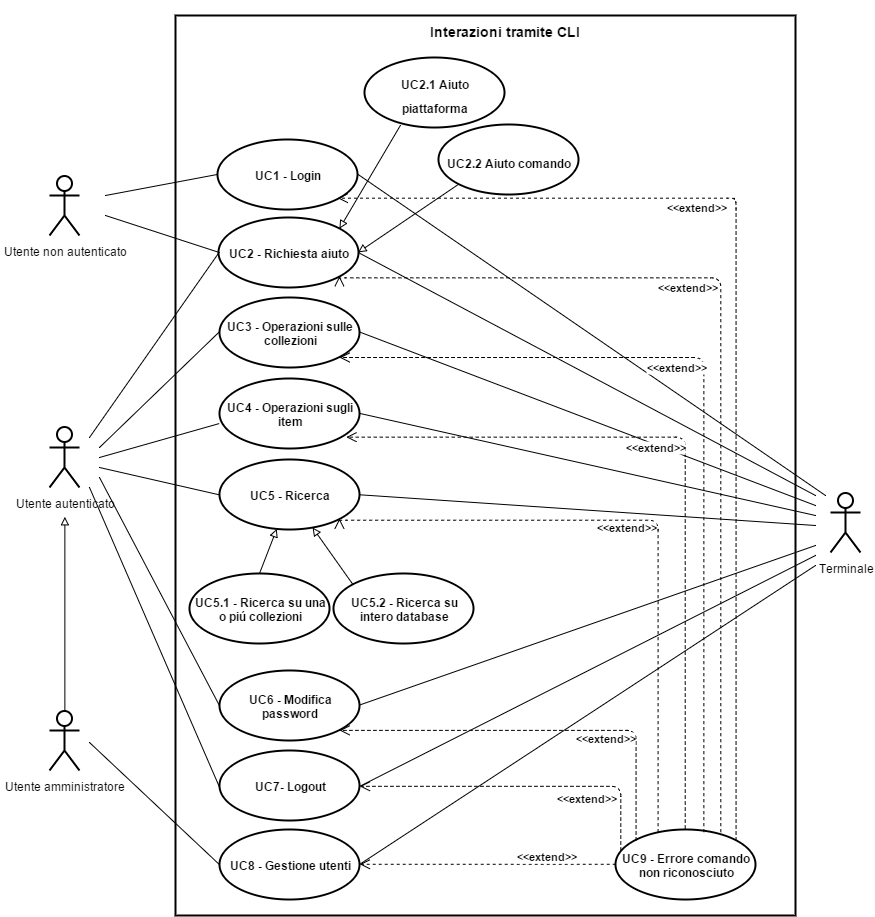
This is img/UseCases/CLI-Generale.png from ScalateKids/Actorbase-Documents, a draw.io export, as it was before one commit. Source tidied: cells renumbered, new cells last; positions are measured from the earlier drawing's top-left corner, leaving out a move shared by most shapes.
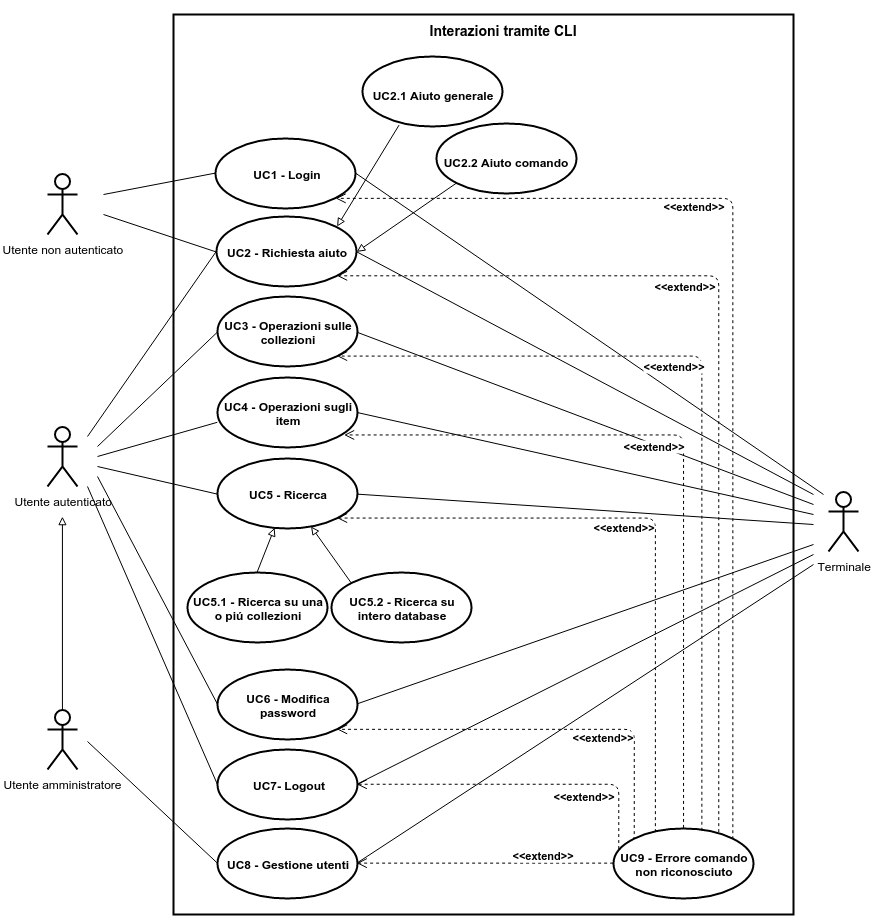
The same diagram one commit later.

Change to the diagram source:
```diff
@@ -29,7 +29,7 @@
     </mxCell>
     <mxCell id="9" style="edgeStyle=orthogonalEdgeStyle;rounded=0;html=1;jettySize=auto;endArrow=block;endFill=0;" parent="1" edge="1" source="3">
       <mxGeometry x="1159" y="222" as="geometry">
-        <mxPoint x="15.4" y="514.3" as="targetPoint" />
+        <mxPoint x="14.9" y="515.2" as="targetPoint" />
         <Array as="points">
           <mxPoint x="15" y="515" />
         </Array>
@@ -126,7 +126,7 @@
       <mxGeometry x="168" y="137" width="140" height="70" as="geometry" />
     </mxCell>
     <mxCell id="32" style="endArrow=none;html=1;strokeWidth=1;fillColor=#000000;entryX=0;entryY=0.5;" parent="1" edge="1" target="31">
-      <mxGeometry x="1200" y="-121.1" as="geometry">
+      <mxGeometry x="1200" y="-121.5" as="geometry">
         <mxPoint x="56" y="193" as="sourcePoint" />
       </mxGeometry>
     </mxCell>
@@ -136,18 +136,18 @@
       </mxGeometry>
     </mxCell>
     <mxCell id="34" style="endArrow=none;html=1;strokeWidth=1;fillColor=#000000;exitX=1;exitY=0.5;" parent="1" edge="1" source="31">
-      <mxGeometry x="1452.6" y="-121.1" as="geometry">
+      <mxGeometry x="1451.9" y="-121.5" as="geometry">
         <mxPoint x="776" y="493" as="targetPoint" />
       </mxGeometry>
     </mxCell>
-    <mxCell id="35" value="&lt;font style=&quot;font-size: 12px&quot;&gt;&lt;b&gt;UC2.1 Aiuto piattaforma&lt;/b&gt;&lt;/font&gt;" style="ellipse;whiteSpace=wrap;html=1;strokeWidth=2;fontSize=20;" parent="1" vertex="1">
+    <mxCell id="35" value="&lt;font style=&quot;font-size: 12px&quot;&gt;&lt;b&gt;UC2.1 Aiuto generale&lt;/b&gt;&lt;/font&gt;" style="ellipse;whiteSpace=wrap;html=1;strokeWidth=2;fontSize=20;" parent="1" vertex="1">
       <mxGeometry x="315" y="55" width="140" height="70" as="geometry" />
     </mxCell>
     <mxCell id="36" value="&lt;font style=&quot;font-size: 12px&quot;&gt;&lt;b&gt;UC2.2 Aiuto comando&lt;/b&gt;&lt;/font&gt;" style="ellipse;whiteSpace=wrap;html=1;strokeWidth=2;fontSize=20;" parent="1" vertex="1">
       <mxGeometry x="389" y="122" width="140" height="70" as="geometry" />
     </mxCell>
     <mxCell id="37" style="endArrow=block;html=1;strokeWidth=1;fillColor=#000000;fontSize=20;entryX=1;entryY=0;exitX=0.257;exitY=0.976;exitPerimeter=0;endFill=0;" parent="1" edge="1" source="35" target="5">
-      <mxGeometry x="1433.9" y="-170.2" as="geometry" />
+      <mxGeometry x="1433.6" y="-169.4" as="geometry" />
     </mxCell>
     <mxCell id="38" style="endArrow=block;html=1;strokeWidth=1;fillColor=#000000;fontSize=20;entryX=1;entryY=0.5;exitX=0;exitY=1;endFill=0;" parent="1" edge="1" source="36" target="5">
       <mxGeometry x="1465.5" y="-123.1" as="geometry" />
@@ -168,13 +168,13 @@
       <mxGeometry x="386" width="138" height="56" as="geometry" />
     </mxCell>
     <mxCell id="44" style="edgeStyle=orthogonalEdgeStyle;rounded=0;html=1;exitX=0.5;exitY=0.5;exitPerimeter=0;entryX=0.5;entryY=0.5;entryPerimeter=0;jettySize=auto;orthogonalLoop=1;" parent="1" edge="1" source="21" target="21">
-      <mxGeometry x="1940.7" y="226.4" as="geometry" />
+      <mxGeometry x="1940.6" y="226.4" as="geometry" />
     </mxCell>
     <mxCell id="45" value="&lt;b&gt;UC9 - Errore comando non riconosciuto&lt;/b&gt;" style="ellipse;whiteSpace=wrap;html=1;strokeWidth=2;fillColor=none;" parent="1" vertex="1">
       <mxGeometry x="566" y="827" width="140" height="70" as="geometry" />
     </mxCell>
     <mxCell id="46" value="&lt;b&gt;&amp;lt;&amp;lt;extend&amp;gt;&amp;gt;&lt;/b&gt;" style="html=1;verticalAlign=bottom;endArrow=open;dashed=1;endSize=8;entryX=1;entryY=0.5;exitX=0;exitY=0.5;edgeStyle=orthogonalEdgeStyle;" parent="1" edge="1" source="45" target="14">
-      <mxGeometry x="1454.3" y="568.8" as="geometry" />
+      <mxGeometry x="1453.3" y="568.6" as="geometry" />
     </mxCell>
     <mxCell id="47" value="&lt;b&gt;&amp;lt;&amp;lt;extend&amp;gt;&amp;gt;&lt;/b&gt;" style="html=1;verticalAlign=bottom;endArrow=open;dashed=1;endSize=8;entryX=1;entryY=0.5;exitX=0.036;exitY=0.3;edgeStyle=orthogonalEdgeStyle;exitPerimeter=0;" parent="1" edge="1" source="45" target="13">
       <mxGeometry as="geometry">
```
